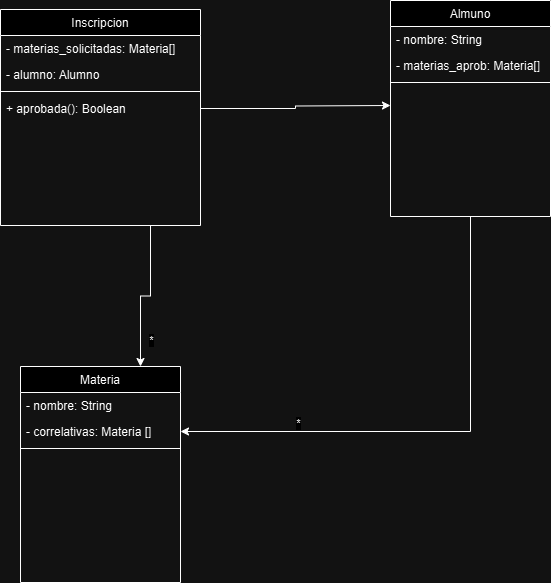
Earlier version of the draw.io export Diagrama_de_clases.png (GFCACACE/dds2025-validador-de-correlatividades). Source tidied: cells renumbered, new cells last; positions are measured from the earlier drawing's top-left corner, leaving out a move shared by most shapes. Source of this version:
```xml
<mxGraphModel>
  <root>
    <mxCell id="0" />
    <mxCell id="1" parent="0" />
    <mxCell id="2" style="edgeStyle=orthogonalEdgeStyle;rounded=0;jettySize=auto;html=1;exitX=0.75;exitY=1;exitDx=0;exitDy=0;entryX=0.75;entryY=0;entryDx=0;entryDy=0;" parent="1" edge="1" source="4" target="15">
      <mxGeometry relative="1" as="geometry" />
    </mxCell>
    <mxCell id="3" value="*" style="edgeLabel;html=1;align=center;verticalAlign=middle;" parent="2" vertex="1">
      <mxGeometry x="0.38" y="-3" relative="1" as="geometry">
        <mxPoint x="13" y="20" as="offset" />
      </mxGeometry>
    </mxCell>
    <mxCell id="4" value="Inscripcion" style="swimlane;fontStyle=0;align=center;verticalAlign=top;horizontal=1;startSize=26;rounded=0;shadow=0;strokeWidth=1;" parent="1" vertex="1">
      <mxGeometry y="9" width="200" height="216" as="geometry" />
    </mxCell>
    <mxCell id="5" value="- materias_solicitadas: Materia[]" style="text;align=left;verticalAlign=top;spacingLeft=4;spacingRight=4;overflow=hidden;" parent="4" vertex="1">
      <mxGeometry y="26" width="200" height="26" as="geometry" />
    </mxCell>
    <mxCell id="6" value="- alumno: Alumno" style="text;align=left;verticalAlign=top;spacingLeft=4;spacingRight=4;overflow=hidden;" parent="4" vertex="1">
      <mxGeometry y="52" width="200" height="26" as="geometry" />
    </mxCell>
    <mxCell id="7" style="line;html=1;strokeWidth=1;align=left;verticalAlign=middle;spacingTop=-1;spacingLeft=3;spacingRight=3;labelPosition=right;" parent="4" vertex="1">
      <mxGeometry y="78" width="200" height="8" as="geometry" />
    </mxCell>
    <mxCell id="8" value="+ aprobada(): Boolean" style="text;align=left;verticalAlign=top;spacingLeft=4;spacingRight=4;overflow=hidden;points=[[0,0.5],[1,0.5]];portConstraint=eastwest;" parent="4" vertex="1">
      <mxGeometry y="86" width="200" height="26" as="geometry" />
    </mxCell>
    <mxCell id="9" style="edgeStyle=orthogonalEdgeStyle;rounded=0;jettySize=auto;html=1;entryX=1;entryY=0.5;entryDx=0;entryDy=0;" parent="1" edge="1" source="11" target="17">
      <mxGeometry relative="1" as="geometry" />
    </mxCell>
    <mxCell id="10" value="*" style="edgeLabel;html=1;align=center;verticalAlign=middle;" parent="9" vertex="1">
      <mxGeometry x="0.37" y="2" relative="1" as="geometry">
        <mxPoint x="-43" y="-11" as="offset" />
      </mxGeometry>
    </mxCell>
    <mxCell id="11" value="Almuno" style="swimlane;fontStyle=0;align=center;verticalAlign=top;horizontal=1;startSize=26;rounded=0;shadow=0;strokeWidth=1;" parent="1" vertex="1">
      <mxGeometry x="390" width="160" height="216" as="geometry" />
    </mxCell>
    <mxCell id="12" value="- nombre: String" style="text;align=left;verticalAlign=top;spacingLeft=4;spacingRight=4;overflow=hidden;" parent="11" vertex="1">
      <mxGeometry y="26" width="160" height="26" as="geometry" />
    </mxCell>
    <mxCell id="13" value="- materias_aprob: Materia[]" style="text;align=left;verticalAlign=top;spacingLeft=4;spacingRight=4;overflow=hidden;" parent="11" vertex="1">
      <mxGeometry y="52" width="160" height="26" as="geometry" />
    </mxCell>
    <mxCell id="14" style="line;html=1;strokeWidth=1;align=left;verticalAlign=middle;spacingTop=-1;spacingLeft=3;spacingRight=3;labelPosition=right;" parent="11" vertex="1">
      <mxGeometry y="78" width="160" height="8" as="geometry" />
    </mxCell>
    <mxCell id="15" value="Materia" style="swimlane;fontStyle=0;align=center;verticalAlign=top;horizontal=1;startSize=26;rounded=0;shadow=0;strokeWidth=1;" parent="1" vertex="1">
      <mxGeometry x="20" y="366" width="160" height="216" as="geometry" />
    </mxCell>
    <mxCell id="16" value="- nombre: String" style="text;align=left;verticalAlign=top;spacingLeft=4;spacingRight=4;overflow=hidden;" parent="15" vertex="1">
      <mxGeometry y="26" width="160" height="26" as="geometry" />
    </mxCell>
    <mxCell id="17" value="- correlativas: Materia []" style="text;align=left;verticalAlign=top;spacingLeft=4;spacingRight=4;overflow=hidden;points=[[0,0.5],[1,0.5]];portConstraint=eastwest;" parent="15" vertex="1">
      <mxGeometry y="52" width="160" height="26" as="geometry" />
    </mxCell>
    <mxCell id="18" style="line;html=1;strokeWidth=1;align=left;verticalAlign=middle;spacingTop=-1;spacingLeft=3;spacingRight=3;labelPosition=right;" parent="15" vertex="1">
      <mxGeometry y="78" width="160" height="8" as="geometry" />
    </mxCell>
    <mxCell id="19" style="edgeStyle=orthogonalEdgeStyle;rounded=0;jettySize=auto;html=1;exitX=1;exitY=0.5;exitDx=0;exitDy=0;" parent="1" edge="1" source="8">
      <mxGeometry relative="1" as="geometry">
        <mxPoint x="390" y="105" as="targetPoint" />
      </mxGeometry>
    </mxCell>
  </root>
</mxGraphModel>
```
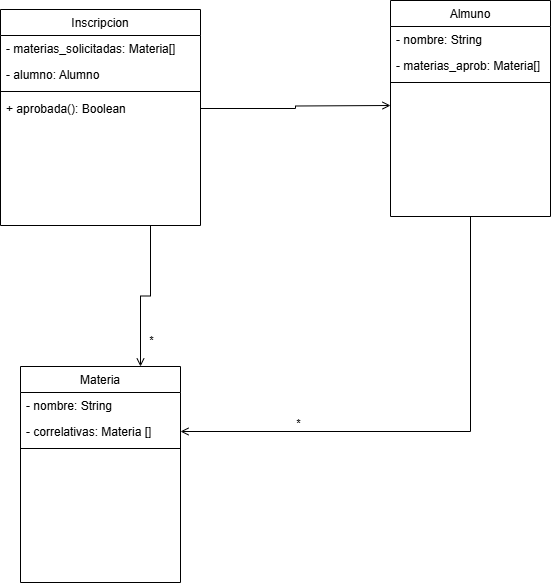
Later version of the same file.

Commit message:
Flechas Diagrama

What changed in the source:
```diff
@@ -2,7 +2,7 @@
   <root>
     <mxCell id="0" />
     <mxCell id="1" parent="0" />
-    <mxCell id="2" style="edgeStyle=orthogonalEdgeStyle;rounded=0;jettySize=auto;html=1;exitX=0.75;exitY=1;exitDx=0;exitDy=0;entryX=0.75;entryY=0;entryDx=0;entryDy=0;" parent="1" edge="1" source="4" target="15">
+    <mxCell id="2" style="edgeStyle=orthogonalEdgeStyle;rounded=0;jettySize=auto;html=1;exitX=0.75;exitY=1;exitDx=0;exitDy=0;entryX=0.75;entryY=0;entryDx=0;entryDy=0;endArrow=open;endFill=0;" parent="1" edge="1" source="4" target="15">
       <mxGeometry relative="1" as="geometry" />
     </mxCell>
     <mxCell id="3" value="*" style="edgeLabel;html=1;align=center;verticalAlign=middle;" parent="2" vertex="1">
@@ -25,7 +25,7 @@
     <mxCell id="8" value="+ aprobada(): Boolean" style="text;align=left;verticalAlign=top;spacingLeft=4;spacingRight=4;overflow=hidden;points=[[0,0.5],[1,0.5]];portConstraint=eastwest;" parent="4" vertex="1">
       <mxGeometry y="86" width="200" height="26" as="geometry" />
     </mxCell>
-    <mxCell id="9" style="edgeStyle=orthogonalEdgeStyle;rounded=0;jettySize=auto;html=1;entryX=1;entryY=0.5;entryDx=0;entryDy=0;" parent="1" edge="1" source="11" target="17">
+    <mxCell id="9" style="edgeStyle=orthogonalEdgeStyle;rounded=0;jettySize=auto;html=1;entryX=1;entryY=0.5;entryDx=0;entryDy=0;endArrow=open;endFill=0;" parent="1" edge="1" source="11" target="17">
       <mxGeometry relative="1" as="geometry" />
     </mxCell>
     <mxCell id="10" value="*" style="edgeLabel;html=1;align=center;verticalAlign=middle;" parent="9" vertex="1">
@@ -57,7 +57,7 @@
     <mxCell id="18" style="line;html=1;strokeWidth=1;align=left;verticalAlign=middle;spacingTop=-1;spacingLeft=3;spacingRight=3;labelPosition=right;" parent="15" vertex="1">
       <mxGeometry y="78" width="160" height="8" as="geometry" />
     </mxCell>
-    <mxCell id="19" style="edgeStyle=orthogonalEdgeStyle;rounded=0;jettySize=auto;html=1;exitX=1;exitY=0.5;exitDx=0;exitDy=0;" parent="1" edge="1" source="8">
+    <mxCell id="19" style="edgeStyle=orthogonalEdgeStyle;rounded=0;jettySize=auto;html=1;exitX=1;exitY=0.5;exitDx=0;exitDy=0;endArrow=open;endFill=0;" parent="1" edge="1" source="8">
       <mxGeometry relative="1" as="geometry">
         <mxPoint x="390" y="105" as="targetPoint" />
       </mxGeometry>
```
